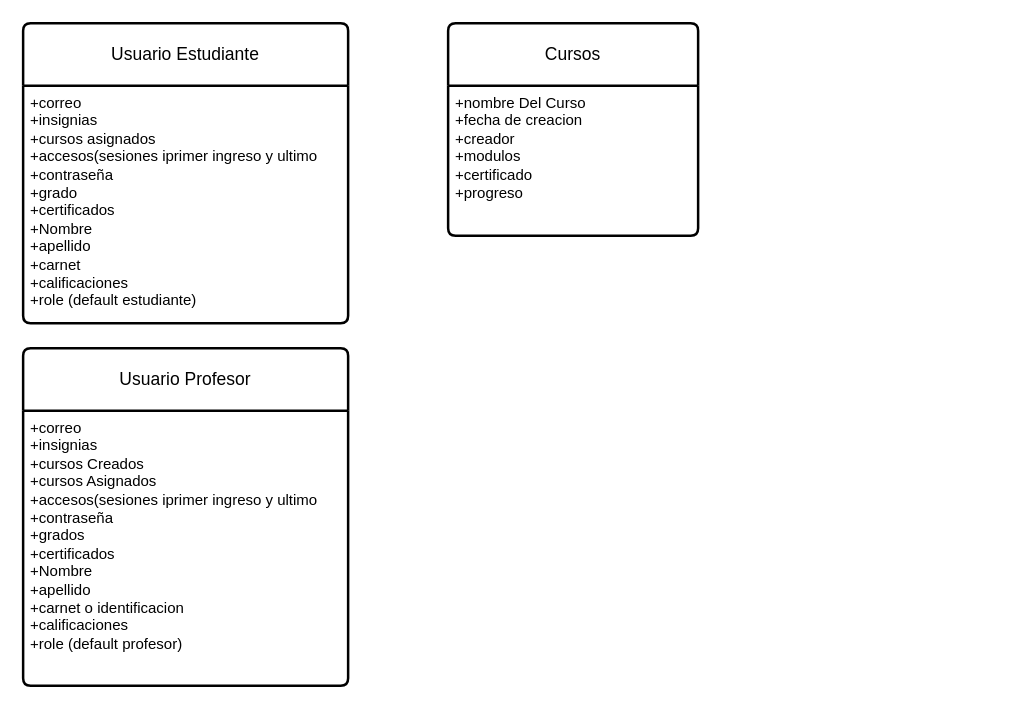
The draw.io diagram Diagrama sin título.drawio in Speres2019349/ProyectoSchoolHub_Back, before the edit. Source tidied: cells renumbered, new cells numbered last; positions are measured from the earlier drawing's top-left corner, leaving out a move shared by most shapes. Both pictures are drawn from the tidied source at 125%, with x=0, y=0 at pixel (22, 22).
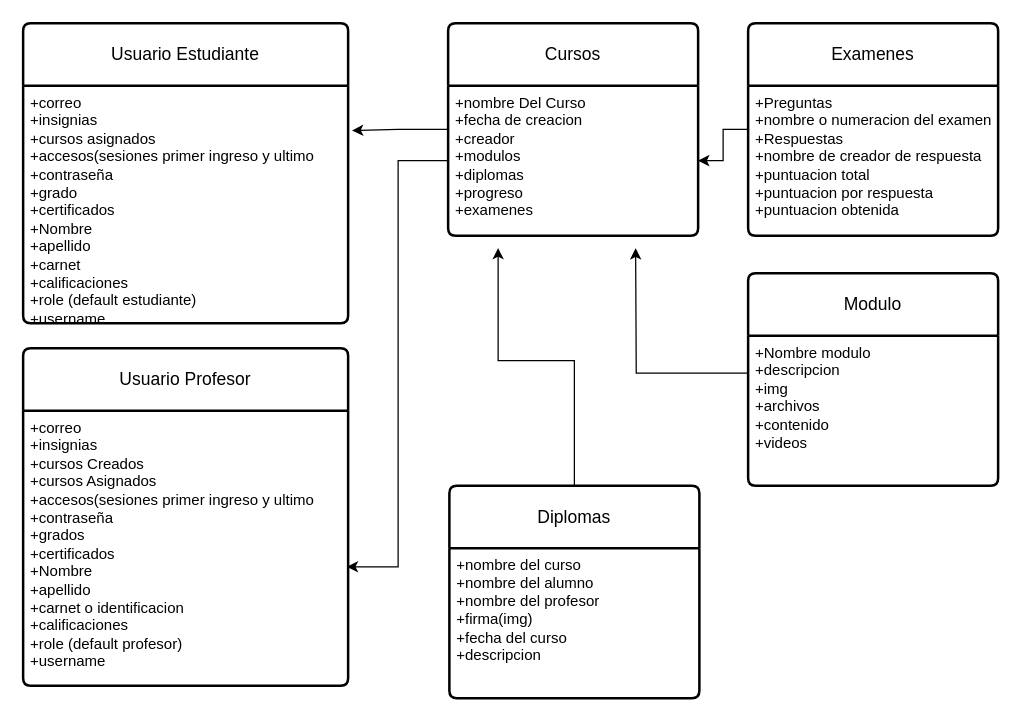
The same page after the edit.

Change to the diagram source:
```diff
@@
 <mxGraphModel>
   <root>
     <mxCell id="0" />
     <mxCell id="1" parent="0" />
     <mxCell id="2" value="Usuario Estudiante" style="swimlane;horizontal=1;startSize=50;rounded=1;fontSize=14;fontStyle=0;strokeWidth=2;shadow=0;dashed=0;align=center;arcSize=4;whiteSpace=wrap;html=1;" parent="1" vertex="1">
       <mxGeometry width="260" height="240" as="geometry" />
     </mxCell>
-    <mxCell id="3" value="+correo&lt;br&gt;+insignias&lt;br&gt;+cursos asignados&lt;div&gt;+accesos(sesiones iprimer ingreso y ultimo&lt;/div&gt;&lt;div&gt;+contraseña&lt;/div&gt;&lt;div&gt;+grado&lt;/div&gt;&lt;div&gt;+certificados&lt;/div&gt;&lt;div&gt;+Nombre&amp;nbsp;&lt;/div&gt;&lt;div&gt;+apellido&lt;/div&gt;&lt;div&gt;+carnet&lt;/div&gt;&lt;div&gt;+calificaciones&lt;/div&gt;&lt;div&gt;+role (default estudiante)&lt;/div&gt;" style="align=left;strokeColor=none;fillColor=none;spacingLeft=4;fontSize=12;verticalAlign=top;html=1;" parent="2" vertex="1">
+    <mxCell id="3" value="+correo&lt;br&gt;+insignias&lt;br&gt;+cursos asignados&lt;div&gt;+accesos(sesiones primer ingreso y ultimo&lt;/div&gt;&lt;div&gt;+contraseña&lt;/div&gt;&lt;div&gt;+grado&lt;/div&gt;&lt;div&gt;+certificados&lt;/div&gt;&lt;div&gt;+Nombre&amp;nbsp;&lt;/div&gt;&lt;div&gt;+apellido&lt;/div&gt;&lt;div&gt;+carnet&lt;/div&gt;&lt;div&gt;+calificaciones&lt;/div&gt;&lt;div&gt;+role (default estudiante)&lt;/div&gt;&lt;div&gt;+username&lt;/div&gt;" style="align=left;strokeColor=none;fillColor=none;spacingLeft=4;fontSize=12;verticalAlign=top;html=1;" parent="2" vertex="1">
       <mxGeometry y="50" width="260" height="190" as="geometry" />
     </mxCell>
     <mxCell id="4" value="Usuario Profesor" style="swimlane;horizontal=1;startSize=50;rounded=1;fontSize=14;fontStyle=0;strokeWidth=2;shadow=0;dashed=0;align=center;arcSize=4;whiteSpace=wrap;html=1;" parent="1" vertex="1">
       <mxGeometry y="260" width="260" height="270" as="geometry" />
     </mxCell>
-    <mxCell id="5" value="+correo&lt;br&gt;+insignias&lt;br&gt;+cursos Creados&lt;div&gt;+cursos Asignados&lt;br&gt;&lt;div&gt;+accesos(sesiones iprimer ingreso y ultimo&lt;/div&gt;&lt;div&gt;+contraseña&lt;/div&gt;&lt;div&gt;+grados&lt;/div&gt;&lt;div&gt;+certificados&lt;/div&gt;&lt;div&gt;+Nombre&amp;nbsp;&lt;/div&gt;&lt;div&gt;+apellido&lt;/div&gt;&lt;div&gt;+carnet o identificacion&lt;/div&gt;&lt;div&gt;+calificaciones&lt;/div&gt;&lt;div&gt;+role (default profesor)&lt;/div&gt;&lt;/div&gt;" style="align=left;strokeColor=none;fillColor=none;spacingLeft=4;fontSize=12;verticalAlign=top;html=1;" parent="4" vertex="1">
+    <mxCell id="5" value="+correo&lt;br&gt;+insignias&lt;br&gt;+cursos Creados&lt;div&gt;+cursos Asignados&lt;br&gt;&lt;div&gt;+accesos(sesiones primer ingreso y ultimo&lt;/div&gt;&lt;div&gt;+contraseña&lt;/div&gt;&lt;div&gt;+grados&lt;/div&gt;&lt;div&gt;+certificados&lt;/div&gt;&lt;div&gt;+Nombre&amp;nbsp;&lt;/div&gt;&lt;div&gt;+apellido&lt;/div&gt;&lt;div&gt;+carnet o identificacion&lt;/div&gt;&lt;div&gt;+calificaciones&lt;/div&gt;&lt;div&gt;+role (default profesor)&lt;/div&gt;&lt;/div&gt;&lt;div&gt;+username&lt;/div&gt;" style="align=left;strokeColor=none;fillColor=none;spacingLeft=4;fontSize=12;verticalAlign=top;html=1;" parent="4" vertex="1">
       <mxGeometry y="50" width="260" height="220" as="geometry" />
     </mxCell>
     <mxCell id="6" value="Cursos" style="swimlane;horizontal=1;startSize=50;rounded=1;fontSize=14;fontStyle=0;strokeWidth=2;shadow=0;dashed=0;align=center;arcSize=4;whiteSpace=wrap;html=1;" parent="1" vertex="1">
       <mxGeometry x="340" width="200" height="170" as="geometry" />
     </mxCell>
-    <mxCell id="7" value="+nombre Del Curso&lt;div&gt;+fecha de creacion&lt;br&gt;+creador&lt;/div&gt;&lt;div&gt;+modulos&lt;/div&gt;&lt;div&gt;+certificado&lt;/div&gt;&lt;div&gt;+progreso&lt;/div&gt;" style="align=left;strokeColor=none;fillColor=none;spacingLeft=4;fontSize=12;verticalAlign=top;html=1;" parent="6" vertex="1">
+    <mxCell id="7" value="+nombre Del Curso&lt;div&gt;+fecha de creacion&lt;br&gt;+creador&lt;/div&gt;&lt;div&gt;+modulos&lt;/div&gt;&lt;div&gt;+diplomas&lt;/div&gt;&lt;div&gt;+progreso&lt;/div&gt;&lt;div&gt;+examenes&lt;/div&gt;" style="align=left;strokeColor=none;fillColor=none;spacingLeft=4;fontSize=12;verticalAlign=top;html=1;" parent="6" vertex="1">
       <mxGeometry y="50" width="200" height="120" as="geometry" />
     </mxCell>
+    <mxCell id="8" style="edgeStyle=orthogonalEdgeStyle;rounded=0;jettySize=auto;html=1;exitX=0;exitY=0.25;exitDx=0;exitDy=0;" parent="1" edge="1" source="10">
+      <mxGeometry relative="1" as="geometry">
+        <mxPoint x="490" y="180" as="targetPoint" />
+      </mxGeometry>
+    </mxCell>
+    <mxCell id="9" value="Modulo" style="swimlane;horizontal=1;startSize=50;rounded=1;fontSize=14;fontStyle=0;strokeWidth=2;shadow=0;dashed=0;align=center;arcSize=4;whiteSpace=wrap;html=1;" parent="1" vertex="1">
+      <mxGeometry x="580" y="200" width="200" height="170" as="geometry" />
+    </mxCell>
+    <mxCell id="10" value="+Nombre modulo&lt;div&gt;+descripcion&amp;nbsp;&lt;/div&gt;&lt;div&gt;+img&lt;/div&gt;&lt;div&gt;+archivos&lt;/div&gt;&lt;div&gt;+contenido&lt;/div&gt;&lt;div&gt;+videos&lt;/div&gt;" style="align=left;strokeColor=none;fillColor=none;spacingLeft=4;fontSize=12;verticalAlign=top;html=1;" parent="9" vertex="1">
+      <mxGeometry y="50" width="200" height="120" as="geometry" />
+    </mxCell>
+    <mxCell id="11" style="edgeStyle=orthogonalEdgeStyle;rounded=0;jettySize=auto;html=1;entryX=0.2;entryY=1.083;entryDx=0;entryDy=0;entryPerimeter=0;" parent="1" edge="1" source="12" target="7">
+      <mxGeometry relative="1" as="geometry" />
+    </mxCell>
+    <mxCell id="12" value="Diplomas" style="swimlane;horizontal=1;startSize=50;rounded=1;fontSize=14;fontStyle=0;strokeWidth=2;shadow=0;dashed=0;align=center;arcSize=4;whiteSpace=wrap;html=1;" parent="1" vertex="1">
+      <mxGeometry x="341" y="370" width="200" height="170" as="geometry" />
+    </mxCell>
+    <mxCell id="13" value="+nombre del curso&lt;div&gt;+nombre del alumno&lt;/div&gt;&lt;div&gt;+nombre del profesor&lt;/div&gt;&lt;div&gt;+firma(img)&lt;/div&gt;&lt;div&gt;+fecha del curso&lt;/div&gt;&lt;div&gt;+descripcion&lt;/div&gt;" style="align=left;strokeColor=none;fillColor=none;spacingLeft=4;fontSize=12;verticalAlign=top;html=1;" parent="12" vertex="1">
+      <mxGeometry y="50" width="200" height="120" as="geometry" />
+    </mxCell>
+    <mxCell id="14" style="edgeStyle=orthogonalEdgeStyle;rounded=0;jettySize=auto;html=1;" parent="1" edge="1" source="15" target="7">
+      <mxGeometry relative="1" as="geometry" />
+    </mxCell>
+    <mxCell id="15" value="Examenes" style="swimlane;horizontal=1;startSize=50;rounded=1;fontSize=14;fontStyle=0;strokeWidth=2;shadow=0;dashed=0;align=center;arcSize=4;whiteSpace=wrap;html=1;" parent="1" vertex="1">
+      <mxGeometry x="580" width="200" height="170" as="geometry" />
+    </mxCell>
+    <mxCell id="16" value="+Preguntas&lt;br&gt;+nombre o numeracion del examen&lt;br&gt;+Respuestas&lt;div&gt;+nombre de creador de respuesta&lt;/div&gt;&lt;div&gt;+puntuacion total&lt;/div&gt;&lt;div&gt;+puntuacion por respuesta&lt;/div&gt;&lt;div&gt;+puntuacion obtenida&lt;/div&gt;" style="align=left;strokeColor=none;fillColor=none;spacingLeft=4;fontSize=12;verticalAlign=top;html=1;" parent="15" vertex="1">
+      <mxGeometry y="50" width="200" height="120" as="geometry" />
+    </mxCell>
+    <mxCell id="17" style="edgeStyle=orthogonalEdgeStyle;rounded=0;jettySize=auto;html=1;entryX=0.996;entryY=0.568;entryDx=0;entryDy=0;entryPerimeter=0;" parent="1" edge="1" source="7" target="5">
+      <mxGeometry relative="1" as="geometry" />
+    </mxCell>
+    <mxCell id="18" style="edgeStyle=orthogonalEdgeStyle;rounded=0;jettySize=auto;html=1;entryX=1.012;entryY=0.189;entryDx=0;entryDy=0;entryPerimeter=0;" parent="1" edge="1" source="6" target="3">
+      <mxGeometry relative="1" as="geometry" />
+    </mxCell>
   </root>
 </mxGraphModel>
```
